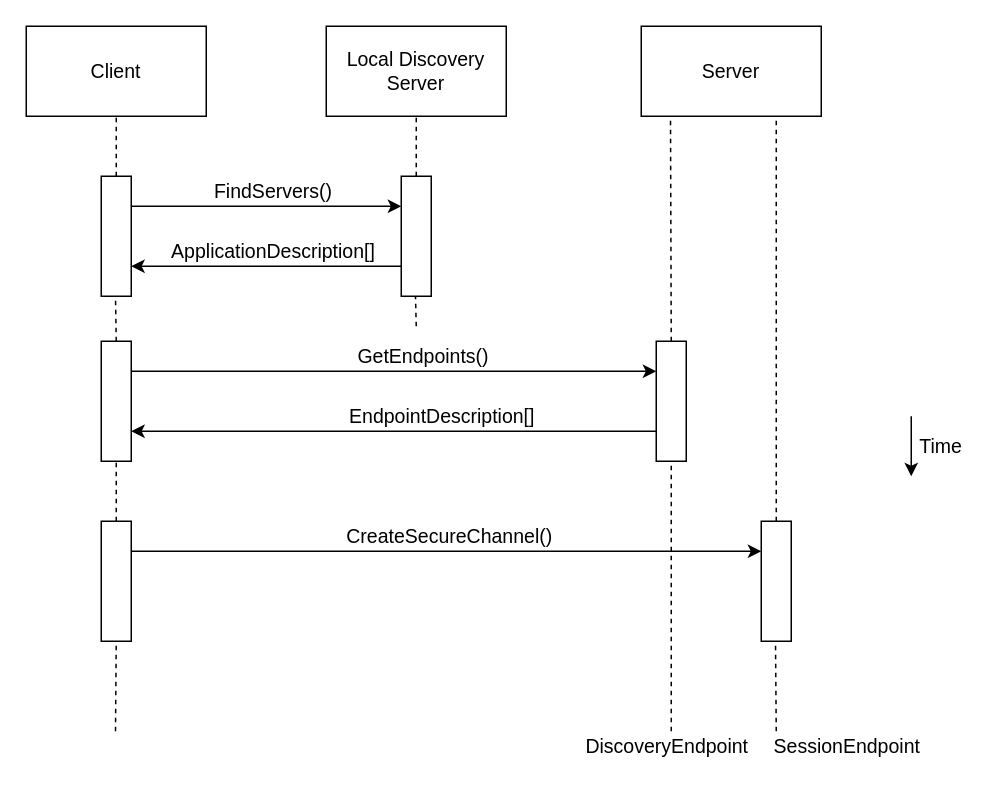
This is Untitled Diagram.drawio from RakshanPremsagar/Thesis, a draw.io file, before an edit. Source tidied: cells renumbered, new cells numbered last; positions are measured from the earlier drawing's top-left corner, leaving out a move shared by most shapes. Both pictures are drawn from the tidied source at 150%, with x=0, y=0 at pixel (26, 26).
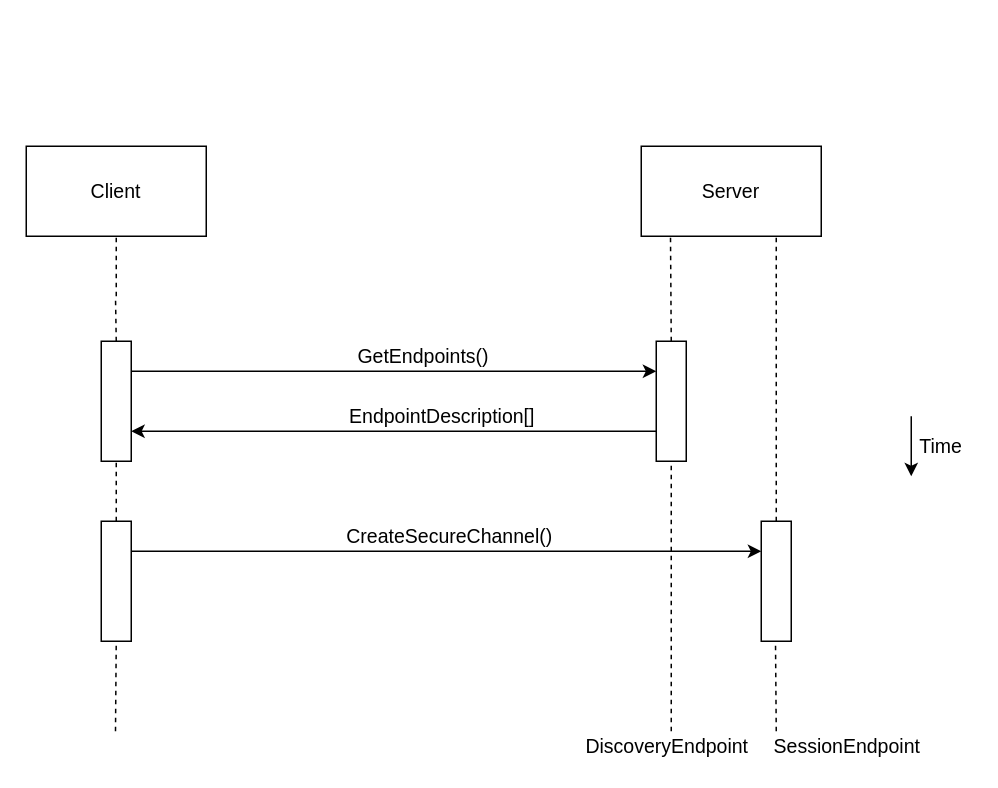
The same diagram, later.

Unchanged cells that the change refers to:
```xml
<mxCell id="6" style="rounded=0;whiteSpace=wrap;html=1;fontSize=13;" parent="1" vertex="1">
  <mxGeometry x="420" y="210" width="20" height="80" as="geometry" />
</mxCell>
```

What changed in the source:
```diff
@@
     <mxCell id="2" value="Client" style="rounded=0;whiteSpace=wrap;html=1;fontSize=13;" parent="1" vertex="1">
-      <mxGeometry width="120" height="60" as="geometry" />
+      <mxGeometry y="80" width="120" height="60" as="geometry" />
     </mxCell>
     <mxCell id="3" value="Server" style="rounded=0;whiteSpace=wrap;html=1;fontSize=13;" parent="1" vertex="1">
-      <mxGeometry x="410" width="120" height="60" as="geometry" />
+      <mxGeometry x="410" y="80" width="120" height="60" as="geometry" />
     </mxCell>
-    <mxCell id="4" style="endArrow=none;dashed=1;html=1;entryX=0.5;entryY=1;entryDx=0;entryDy=0;fontSize=13;" parent="1" edge="1" source="26" target="2">
-      <mxGeometry relative="1" as="geometry" />
+    <mxCell id="4" style="endArrow=none;dashed=1;html=1;entryX=0.5;entryY=1;entryDx=0;entryDy=0;fontSize=13;" parent="1" edge="1" target="2">
+      <mxGeometry relative="1" as="geometry">
+        <mxPoint x="60" y="180" as="sourcePoint" />
+      </mxGeometry>
     </mxCell>
@@
     <mxCell id="9" style="endArrow=none;dashed=1;html=1;entryX=0.5;entryY=1;entryDx=0;entryDy=0;fontSize=13;exitX=0.5;exitY=0;exitDx=0;exitDy=0;" parent="1" edge="1" source="6">
       <mxGeometry relative="1" as="geometry">
-        <mxPoint x="429.5" y="60" as="targetPoint" />
+        <mxPoint x="429.5" y="140" as="targetPoint" />
       </mxGeometry>
     </mxCell>
@@
-    <mxCell id="25" value="Local Discovery Server" style="rounded=0;whiteSpace=wrap;html=1;fontSize=13;" parent="1" vertex="1">
-      <mxGeometry x="200" width="120" height="60" as="geometry" />
-    </mxCell>
-    <mxCell id="26" style="rounded=0;whiteSpace=wrap;html=1;fontSize=13;" parent="1" vertex="1">
-      <mxGeometry x="50" y="100" width="20" height="80" as="geometry" />
-    </mxCell>
@@
-    <mxCell id="28" style="endArrow=none;dashed=1;html=1;entryX=0.5;entryY=1;entryDx=0;entryDy=0;fontSize=13;" parent="1" edge="1" source="29">
-      <mxGeometry relative="1" as="geometry">
-        <mxPoint x="260" y="60" as="targetPoint" />
-      </mxGeometry>
-    </mxCell>
-    <mxCell id="29" style="rounded=0;whiteSpace=wrap;html=1;fontSize=13;" parent="1" vertex="1">
-      <mxGeometry x="250" y="100" width="20" height="80" as="geometry" />
-    </mxCell>
-    <mxCell id="30" style="endArrow=none;dashed=1;html=1;entryX=0.5;entryY=1;entryDx=0;entryDy=0;fontSize=13;" parent="1" edge="1">
-      <mxGeometry relative="1" as="geometry">
-        <mxPoint x="260" y="200" as="sourcePoint" />
-        <mxPoint x="259.5" y="180" as="targetPoint" />
-      </mxGeometry>
-    </mxCell>
-    <mxCell id="31" style="endArrow=classic;html=1;fontSize=13;exitX=1;exitY=0.25;exitDx=0;exitDy=0;" parent="1" edge="1">
-      <mxGeometry relative="1" as="geometry">
-        <mxPoint x="70" y="120" as="sourcePoint" />
-        <mxPoint x="250" y="120" as="targetPoint" />
-      </mxGeometry>
-    </mxCell>
-    <mxCell id="32" style="endArrow=classic;html=1;entryX=1;entryY=0.75;entryDx=0;entryDy=0;fontSize=13;" parent="1" edge="1">
-      <mxGeometry relative="1" as="geometry">
-        <mxPoint x="250" y="160" as="sourcePoint" />
-        <mxPoint x="70" y="160" as="targetPoint" />
-      </mxGeometry>
-    </mxCell>
-    <mxCell id="33" value="FindServers()" style="text;html=1;strokeColor=none;fillColor=none;align=center;verticalAlign=middle;whiteSpace=wrap;rounded=0;fontSize=13;" parent="1" vertex="1">
-      <mxGeometry x="110" y="100" width="110" height="20" as="geometry" />
-    </mxCell>
-    <mxCell id="34" value="ApplicationDescription[]" style="text;html=1;strokeColor=none;fillColor=none;align=center;verticalAlign=middle;whiteSpace=wrap;rounded=0;fontSize=13;" parent="1" vertex="1">
-      <mxGeometry x="110" y="140" width="110" height="20" as="geometry" />
-    </mxCell>
```
